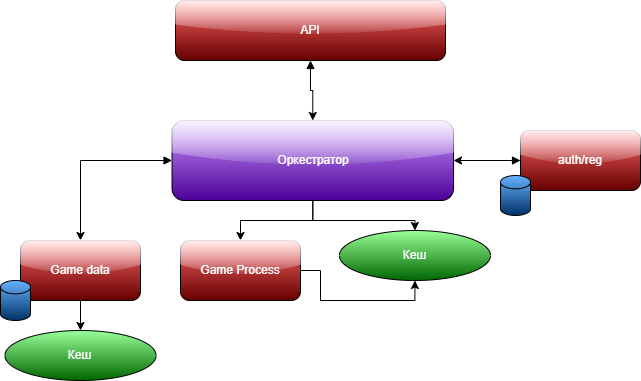
DeSkaPoi/Microservices-Diagram keeps this draw.io diagram as Диаграмма Сервисов.drawio.png. Above is the earlier version. Source tidied: cells renumbered, new cells last; positions are measured from the earlier drawing's top-left corner, leaving out a move shared by most shapes.
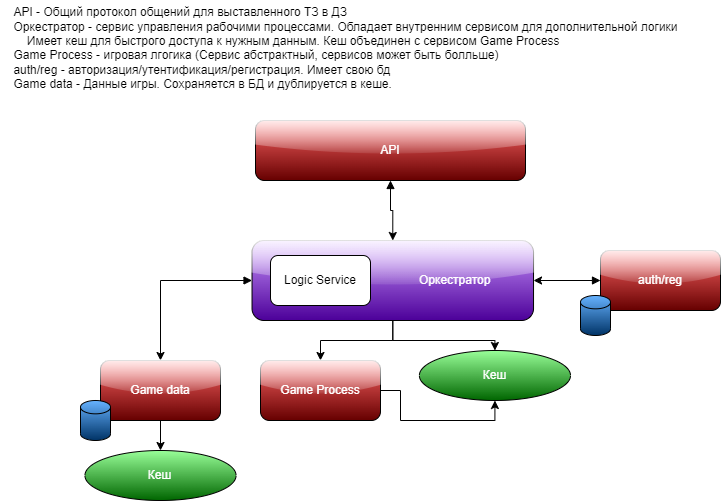
After the change.

Diff of the diagram source:
```diff
@@ -20,7 +20,7 @@
     <mxCell id="7" style="edgeStyle=orthogonalEdgeStyle;rounded=0;jettySize=auto;html=1;entryX=0.5;entryY=0;entryDx=0;entryDy=0;" parent="1" edge="1" source="8" target="17">
       <mxGeometry relative="1" as="geometry" />
     </mxCell>
-    <mxCell id="8" value="&lt;font color=&quot;#ffffff&quot;&gt;Оркестратор&lt;/font&gt;" style="rounded=1;whiteSpace=wrap;html=1;gradientColor=#4C0099;glass=1;fillColor=#CC99FF;" parent="1" vertex="1">
+    <mxCell id="8" value="&lt;font color=&quot;#ffffff&quot;&gt;&amp;nbsp; &amp;nbsp; &amp;nbsp; &amp;nbsp; &amp;nbsp; &amp;nbsp; &amp;nbsp; &amp;nbsp; &amp;nbsp; &amp;nbsp; &amp;nbsp; &amp;nbsp; &amp;nbsp; &amp;nbsp; &amp;nbsp; &amp;nbsp; &amp;nbsp; &amp;nbsp; &amp;nbsp;Оркестратор&lt;/font&gt;" style="rounded=1;whiteSpace=wrap;html=1;gradientColor=#4C0099;glass=1;fillColor=#CC99FF;" parent="1" vertex="1">
       <mxGeometry x="171.5" y="120" width="281.5" height="80" as="geometry" />
     </mxCell>
     <mxCell id="9" value="&lt;font color=&quot;#ffffff&quot;&gt;Кеш&lt;/font&gt;" style="ellipse;whiteSpace=wrap;html=1;gradientColor=#006600;fillColor=#99FF99;" parent="1" vertex="1">
@@ -50,5 +50,11 @@
     <mxCell id="17" value="&lt;font color=&quot;#ffffff&quot;&gt;Game Process&lt;/font&gt;" style="rounded=1;whiteSpace=wrap;html=1;fillColor=#FF6666;strokeColor=#000000;fillStyle=auto;gradientColor=#660000;gradientDirection=south;glass=1;shadow=0;strokeWidth=1;" parent="1" vertex="1">
       <mxGeometry x="180" y="240" width="120" height="60" as="geometry" />
     </mxCell>
+    <mxCell id="18" value="&lt;div style=&quot;text-align: left;&quot;&gt;&lt;span style=&quot;background-color: initial;&quot;&gt;API - Общий протокол общений для выставленного ТЗ в ДЗ&lt;/span&gt;&lt;/div&gt;&lt;div style=&quot;text-align: left;&quot;&gt;&lt;span style=&quot;background-color: initial;&quot;&gt;Оркестратор - сервис у&lt;/span&gt;&lt;span style=&quot;background-color: initial;&quot;&gt;правления рабочими процессами. Обладает внутренним сервисом для дополнительной логики&lt;/span&gt;&lt;/div&gt;&lt;div style=&quot;text-align: left;&quot;&gt;&lt;span style=&quot;background-color: initial;&quot;&gt;&lt;span style=&quot;&quot;&gt;&lt;span style=&quot;white-space: pre;&quot;&gt;&amp;nbsp;&amp;nbsp;&amp;nbsp;&amp;nbsp;&lt;/span&gt;&lt;/span&gt;Имеет кеш для быстрого доступа к нужным данным. Кеш объединен с сервисом Game Process&lt;br&gt;&lt;/span&gt;&lt;/div&gt;&lt;div style=&quot;text-align: left;&quot;&gt;Game Process - игровая лгогика (Сервис абстрактный, сервисов может быть болльше)&lt;span style=&quot;background-color: initial;&quot;&gt;&lt;br&gt;&lt;/span&gt;&lt;/div&gt;&lt;div style=&quot;text-align: left;&quot;&gt;auth/reg - авторизация/утентификация/регистрация. Имеет свою бд&lt;span style=&quot;background-color: initial;&quot;&gt;&lt;br&gt;&lt;/span&gt;&lt;/div&gt;&lt;div style=&quot;text-align: left;&quot;&gt;Game data - Данные игры. Сохраняется в БД и дублируется в кеше.&lt;/div&gt;&lt;div style=&quot;text-align: left;&quot;&gt;&lt;br&gt;&lt;/div&gt;" style="text;html=1;align=center;verticalAlign=middle;strokeColor=none;fillColor=none;" parent="1" vertex="1">
+      <mxGeometry x="-80" y="-120" width="690" height="110" as="geometry" />
+    </mxCell>
+    <mxCell id="19" value="Logic Service" style="rounded=1;whiteSpace=wrap;html=1;" parent="1" vertex="1">
+      <mxGeometry x="190" y="135" width="100" height="50" as="geometry" />
+    </mxCell>
   </root>
 </mxGraphModel>
```
